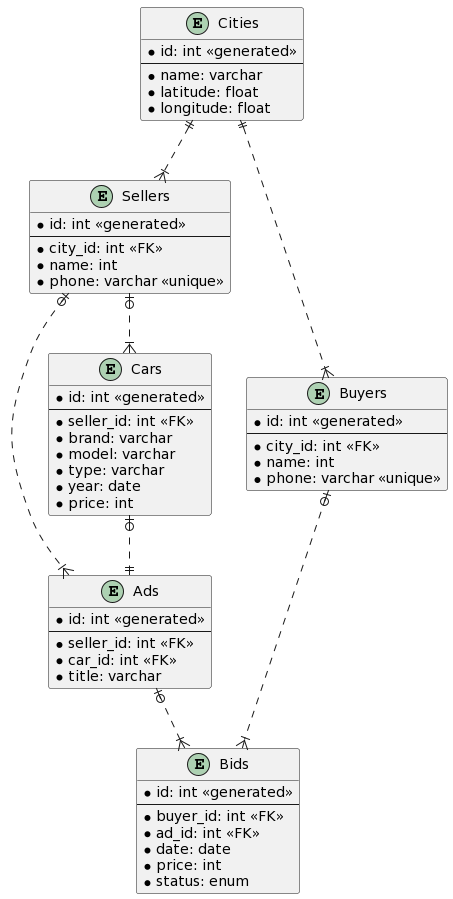
Earlier version of the PlantUML export images/diagram.png (thujuli/car-dealer-db). Source of this version:
```plantuml
@startuml
entity Cities{
    * id: int <<generated>>
    --
    * name: varchar
    * latitude: float
    * longitude: float
}
entity Sellers{
    * id: int <<generated>>
    --
    * city_id: int <<FK>>
    * name: int
    * phone: varchar <<unique>>
}
entity Buyers{
    * id: int <<generated>>
    --
    * city_id: int <<FK>>
    * name: int
    * phone: varchar <<unique>>
}
entity Ads{
    * id: int <<generated>>
    --
    * seller_id: int <<FK>>
    * car_id: int <<FK>>
    * title: varchar
}
entity Cars{
    * id: int <<generated>>
    --
    * seller_id: int <<FK>>
    * brand: varchar
    * model: varchar
    * type: varchar
    * year: date
    * price: int
}
entity Bids{
    * id: int <<generated>>
    --
    * buyer_id: int <<FK>>
    * ad_id: int <<FK>>
    * date: date
    * price: int
    * status: enum
}

Cities ||..|{ Sellers
Cities ||..|{ Buyers
Sellers |o..|{ Cars
Sellers |o..|{ Ads
Cars |o..|| Ads
Ads |o..|{ Bids
Buyers |o..|{ Bids
@enduml
```
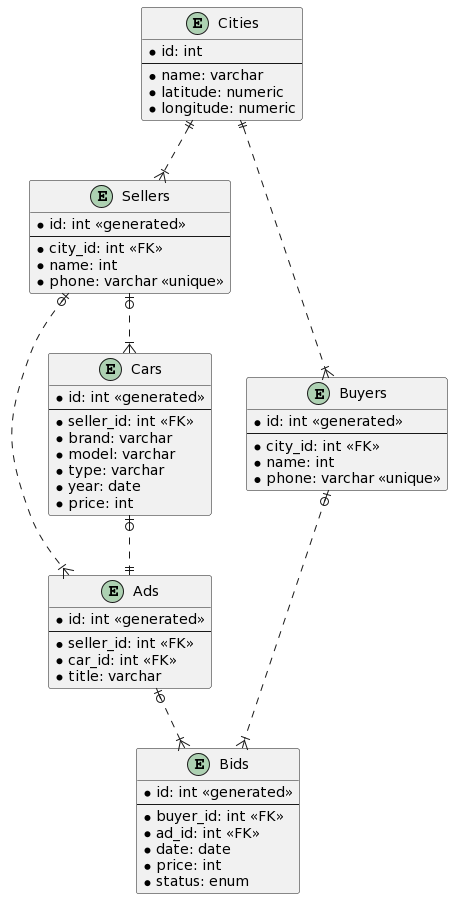
Later version of the same file.

Change to the diagram source:
```diff
@@ -1,10 +1,10 @@
 @startuml
 entity Cities{
-    * id: int <<generated>>
+    * id: int
     --
     * name: varchar
-    * latitude: float
-    * longitude: float
+    * latitude: numeric
+    * longitude: numeric
 }
 entity Sellers{
     * id: int <<generated>>
```
